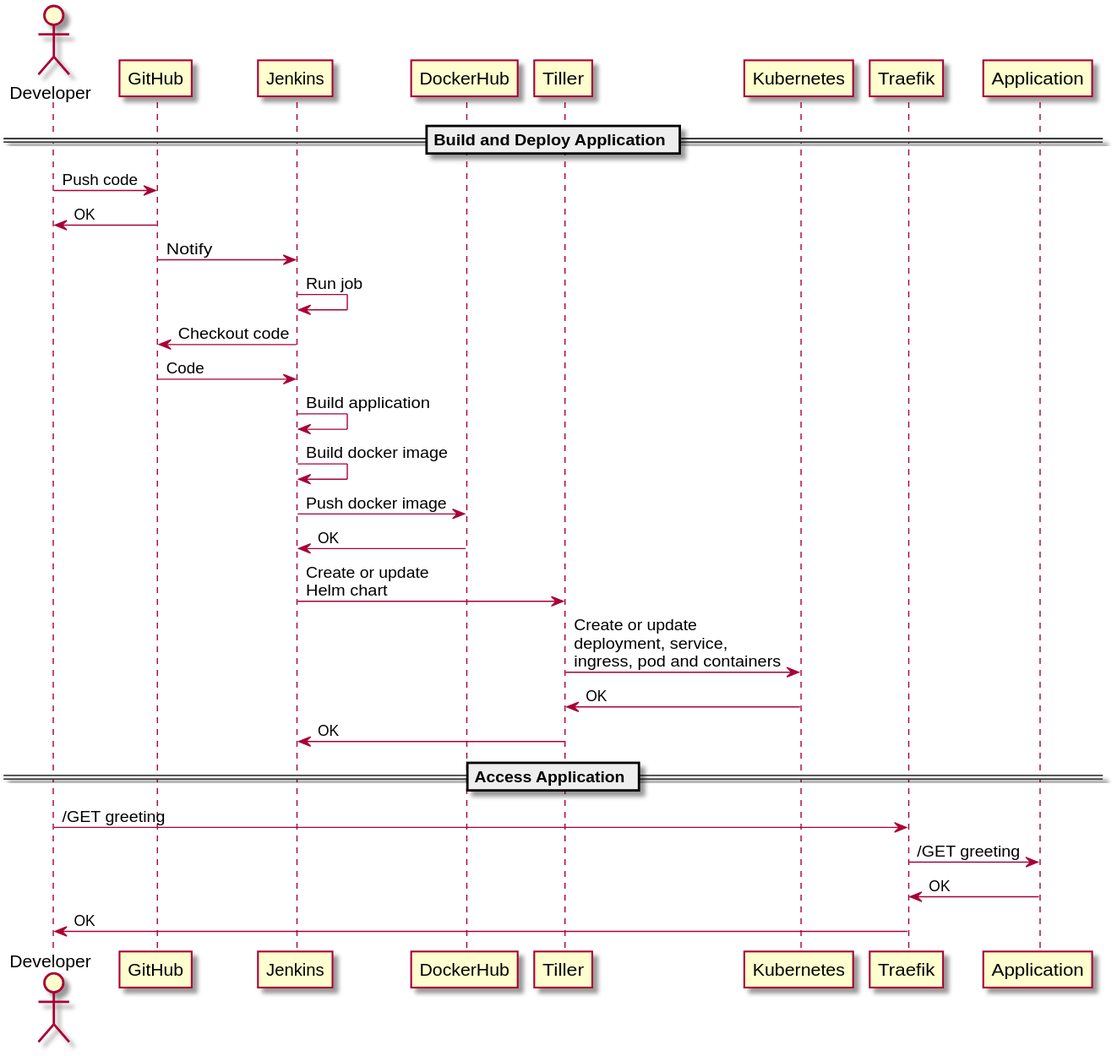
Before: assets/k8s-jenkins-example/sequence.svg, a diagram exported from PlantUML (hands-on-tech/hands-on-tech.github.io). The source it was exported from:
```plantuml
@startuml
actor "Developer" as developer
participant "GitHub" as git
participant "Jenkins" as jenkins
participant "DockerHub" as registry
participant "Tiller" as tiller
participant "Kubernetes" as k8s
participant "Traefik" as traefik
participant "Application" as application

== Build and Deploy Application ==
developer -> git: Push code
git -> developer: OK

git -> jenkins: Notify

jenkins -> jenkins: Run job
jenkins -> git: Checkout code
git -> jenkins: Code
jenkins -> jenkins: Build application
jenkins -> jenkins: Build docker image

jenkins -> registry: Push docker image
registry -> jenkins: OK

jenkins -> tiller: Create or update\nHelm chart

tiller -> k8s: Create or update\ndeployment, service,\ningress, pod and containers
k8s -> tiller: OK

tiller -> jenkins: OK

== Access Application ==
developer -> traefik: /GET greeting
traefik -> application: /GET greeting
application -> traefik: OK
traefik -> developer: OK

@enduml
```
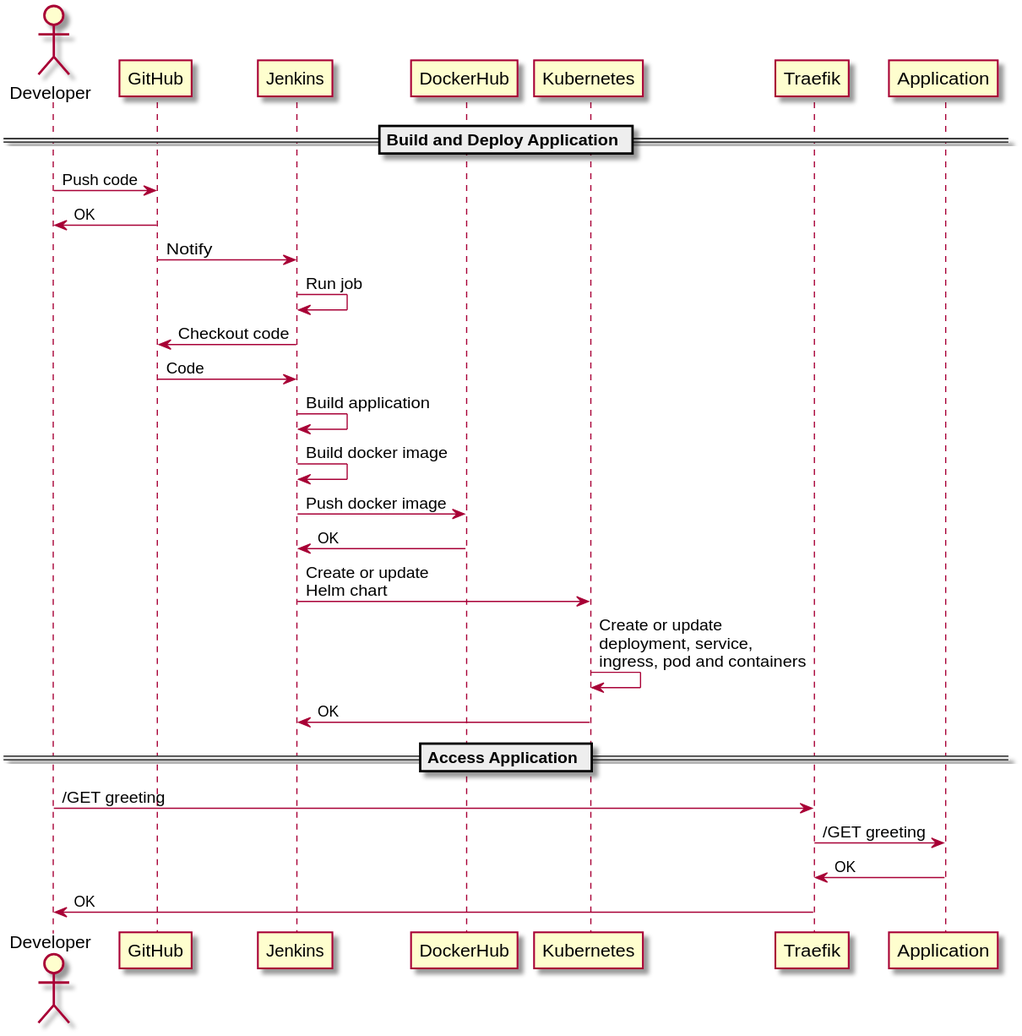
Above is the later version.

Commit message:
Update jenkins example post draft.

Diff of the diagram source:
```diff
@@ -3,7 +3,6 @@
 participant "GitHub" as git
 participant "Jenkins" as jenkins
 participant "DockerHub" as registry
-participant "Tiller" as tiller
 participant "Kubernetes" as k8s
 participant "Traefik" as traefik
 participant "Application" as application
@@ -23,12 +22,11 @@
 jenkins -> registry: Push docker image
 registry -> jenkins: OK
 
-jenkins -> tiller: Create or update\nHelm chart
+jenkins -> k8s: Create or update\nHelm chart
 
-tiller -> k8s: Create or update\ndeployment, service,\ningress, pod and containers
-k8s -> tiller: OK
+k8s -> k8s: Create or update\ndeployment, service,\ningress, pod and containers
 
-tiller -> jenkins: OK
+k8s -> jenkins: OK
 
 == Access Application ==
 developer -> traefik: /GET greeting
```
